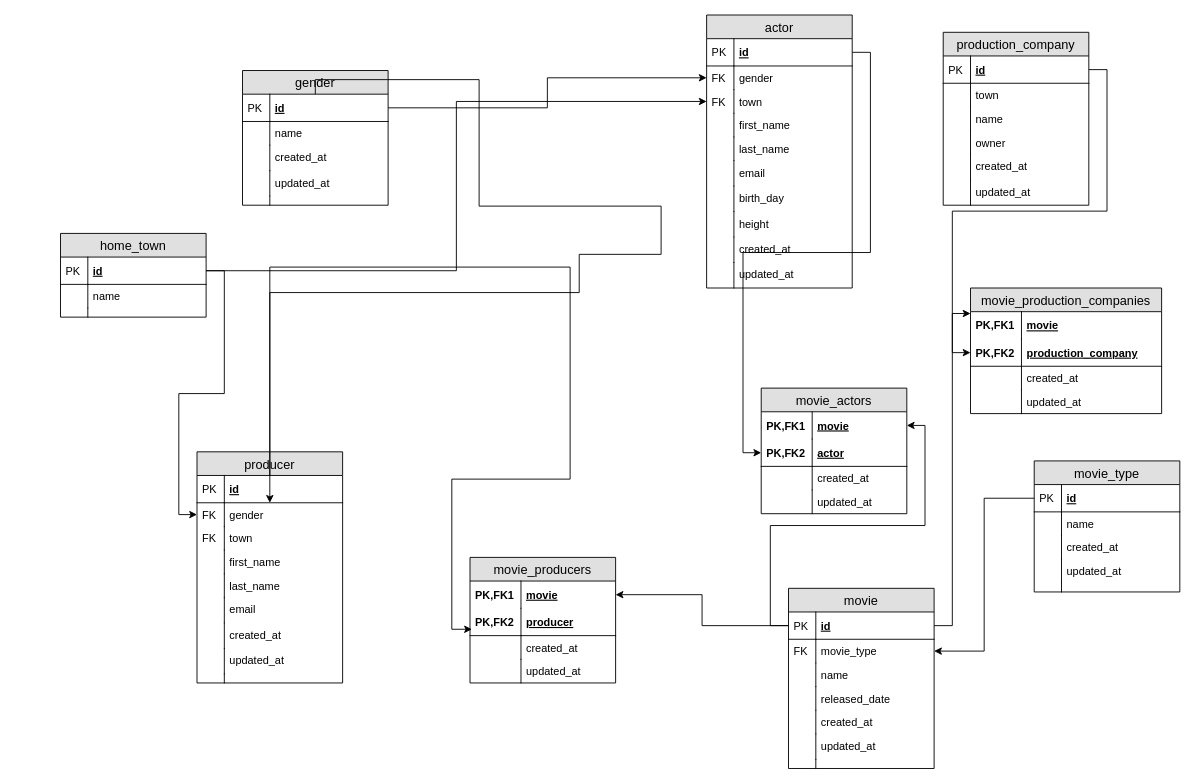
kadmProjects/angular_lumen_app_01 keeps this draw.io diagram as angular_slim_app_01.drawio. Above is the earlier version. Source tidied: cells renumbered, new cells numbered last; positions are measured from the earlier drawing's top-left corner, leaving out a move shared by most shapes. Both pictures are drawn from the tidied source at 91%, with x=0, y=0 at pixel (60, 15).
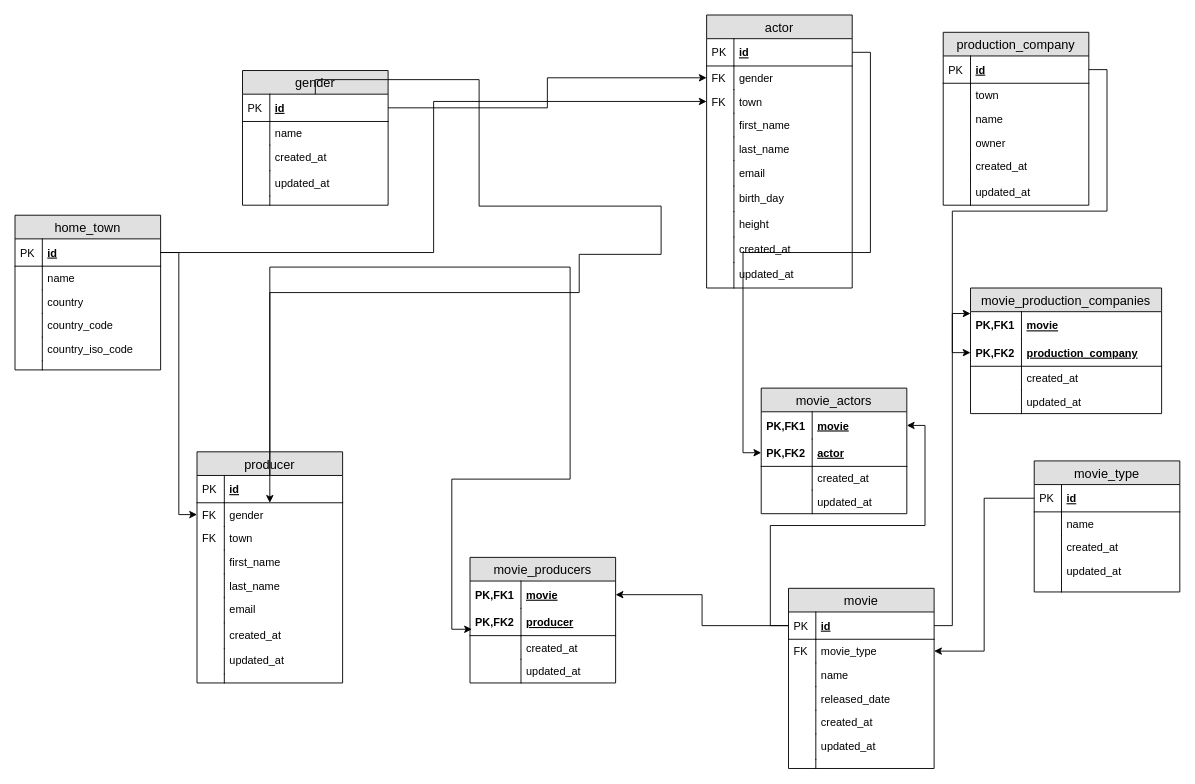
The same page after the edit.

What changed in the source:
```diff
@@
     <mxCell id="92" value="home_town" style="swimlane;fontStyle=0;horizontal=1;startSize=26;fillColor=#e0e0e0;swimlaneFillColor=#ffffff;align=center;fontSize=14;" parent="1" vertex="1">
-      <mxGeometry y="240" width="160" height="92" as="geometry" />
+      <mxGeometry x="-50" y="220" width="160" height="170" as="geometry" />
     </mxCell>
@@
+    <mxCell id="137" value="country" style="shape=partialRectangle;top=0;left=0;right=0;bottom=0;align=left;verticalAlign=top;fillColor=none;spacingLeft=34;spacingRight=4;overflow=hidden;fontSize=12;" parent="92" vertex="1">
+      <mxGeometry y="82" width="160" height="26" as="geometry" />
+    </mxCell>
+    <mxCell id="138" style="shape=partialRectangle;top=0;left=0;bottom=0;fillColor=none;align=left;verticalAlign=top;spacingLeft=4;spacingRight=4;overflow=hidden;fontSize=12;" parent="137" vertex="1">
+      <mxGeometry width="30" height="26" as="geometry" />
+    </mxCell>
+    <mxCell id="139" value="country_code" style="shape=partialRectangle;top=0;left=0;right=0;bottom=0;align=left;verticalAlign=top;fillColor=none;spacingLeft=34;spacingRight=4;overflow=hidden;fontSize=12;" parent="92" vertex="1">
+      <mxGeometry y="108" width="160" height="26" as="geometry" />
+    </mxCell>
+    <mxCell id="140" style="shape=partialRectangle;top=0;left=0;bottom=0;fillColor=none;align=left;verticalAlign=top;spacingLeft=4;spacingRight=4;overflow=hidden;fontSize=12;" parent="139" vertex="1">
+      <mxGeometry width="30" height="26" as="geometry" />
+    </mxCell>
+    <mxCell id="141" value="country_iso_code" style="shape=partialRectangle;top=0;left=0;right=0;bottom=0;align=left;verticalAlign=top;fillColor=none;spacingLeft=34;spacingRight=4;overflow=hidden;fontSize=12;" parent="92" vertex="1">
+      <mxGeometry y="134" width="160" height="26" as="geometry" />
+    </mxCell>
+    <mxCell id="142" style="shape=partialRectangle;top=0;left=0;bottom=0;fillColor=none;align=left;verticalAlign=top;spacingLeft=4;spacingRight=4;overflow=hidden;fontSize=12;" parent="141" vertex="1">
+      <mxGeometry width="30" height="26" as="geometry" />
+    </mxCell>
     <mxCell id="97" style="shape=partialRectangle;top=0;left=0;right=0;bottom=0;align=left;verticalAlign=top;fillColor=none;spacingLeft=34;spacingRight=4;overflow=hidden;fontSize=12;" parent="92" vertex="1">
-      <mxGeometry y="82" width="160" height="10" as="geometry" />
+      <mxGeometry y="160" width="160" height="10" as="geometry" />
     </mxCell>
```
